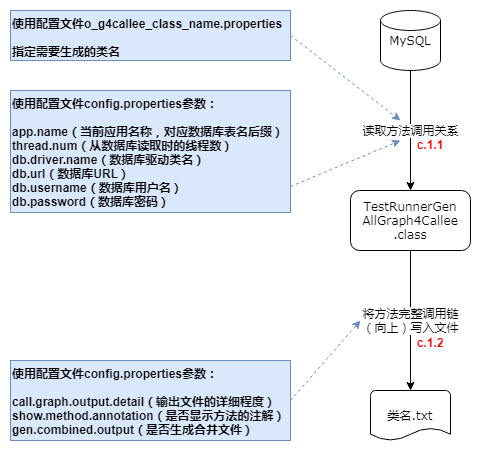
Adrninistrator/java-all-call-graph keeps this draw.io diagram as pic/args-use-c.1.png. Above is the earlier version. Source tidied: cells renumbered, new cells last; positions are measured from the earlier drawing's top-left corner, leaving out a move shared by most shapes.
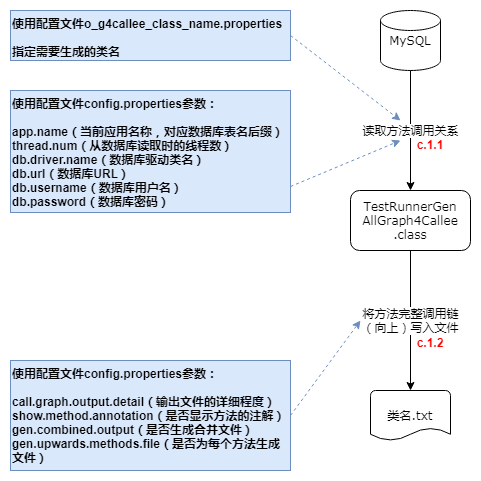
Above is the later version.

Commit message:
When generating upward call graph, support generate separate files for each method

Change to the diagram source:
```diff
@@ -31,8 +31,8 @@
         <mxPoint x="390" y="130" as="targetPoint" />
       </mxGeometry>
     </mxCell>
-    <mxCell id="10" value="使用配置文件config.properties参数：&lt;br&gt;&lt;br&gt;&lt;div&gt;call.graph.output.detail（输出文件的详细程度）&lt;/div&gt;&lt;div&gt;show.method.annotation（是否显示方法的注解）&lt;/div&gt;&lt;div&gt;gen.combined.output（是否生成合并文件）&lt;/div&gt;" style="rounded=0;whiteSpace=wrap;html=1;align=left;verticalAlign=top;fillColor=#dae8fc;strokeColor=#6c8ebf;fontStyle=1;" parent="1" vertex="1">
-      <mxGeometry y="350" width="280" height="80" as="geometry" />
+    <mxCell id="10" value="使用配置文件config.properties参数：&lt;br&gt;&lt;br&gt;&lt;div&gt;call.graph.output.detail（输出文件的详细程度）&lt;/div&gt;&lt;div&gt;show.method.annotation（是否显示方法的注解）&lt;/div&gt;&lt;div&gt;gen.combined.output（是否生成合并文件）&lt;/div&gt;&lt;div&gt;gen.upwards.methods.file（是否为每个方法生成文件）&lt;br&gt;&lt;/div&gt;" style="rounded=0;whiteSpace=wrap;html=1;align=left;verticalAlign=top;fillColor=#dae8fc;strokeColor=#6c8ebf;fontStyle=1;" parent="1" vertex="1">
+      <mxGeometry y="350" width="280" height="110" as="geometry" />
     </mxCell>
     <mxCell id="11" style="endArrow=classic;html=1;exitX=1;exitY=0.5;exitDx=0;exitDy=0;dashed=1;fillColor=#dae8fc;strokeColor=#6c8ebf;" parent="1" edge="1" source="10">
       <mxGeometry relative="1" as="geometry">
```
